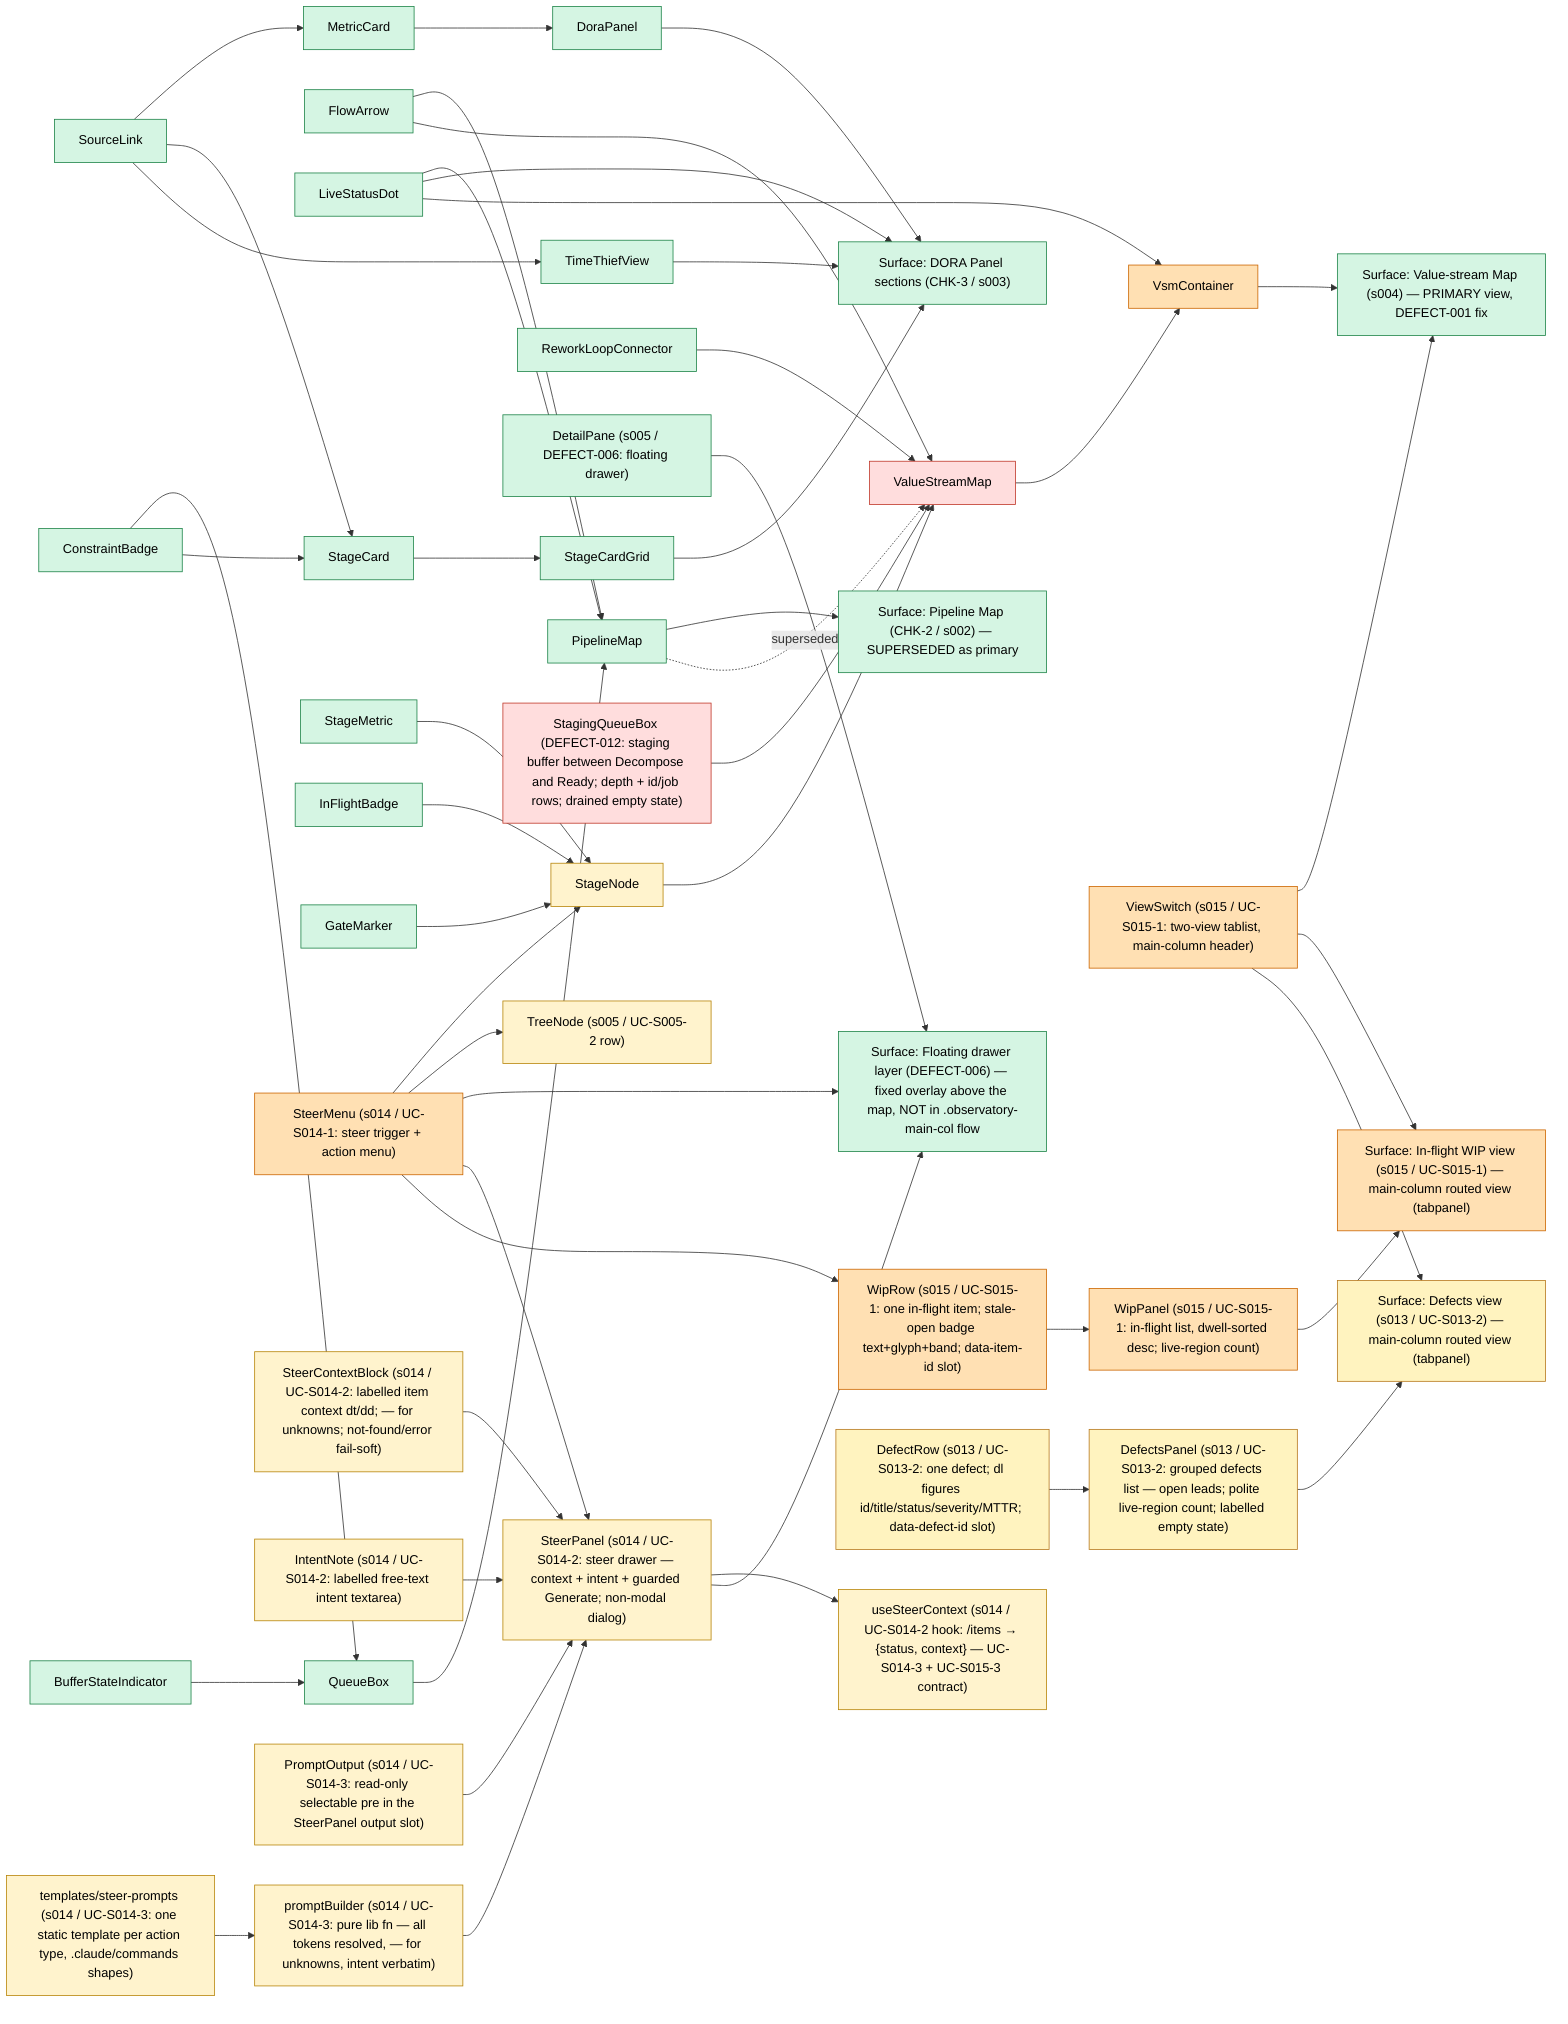
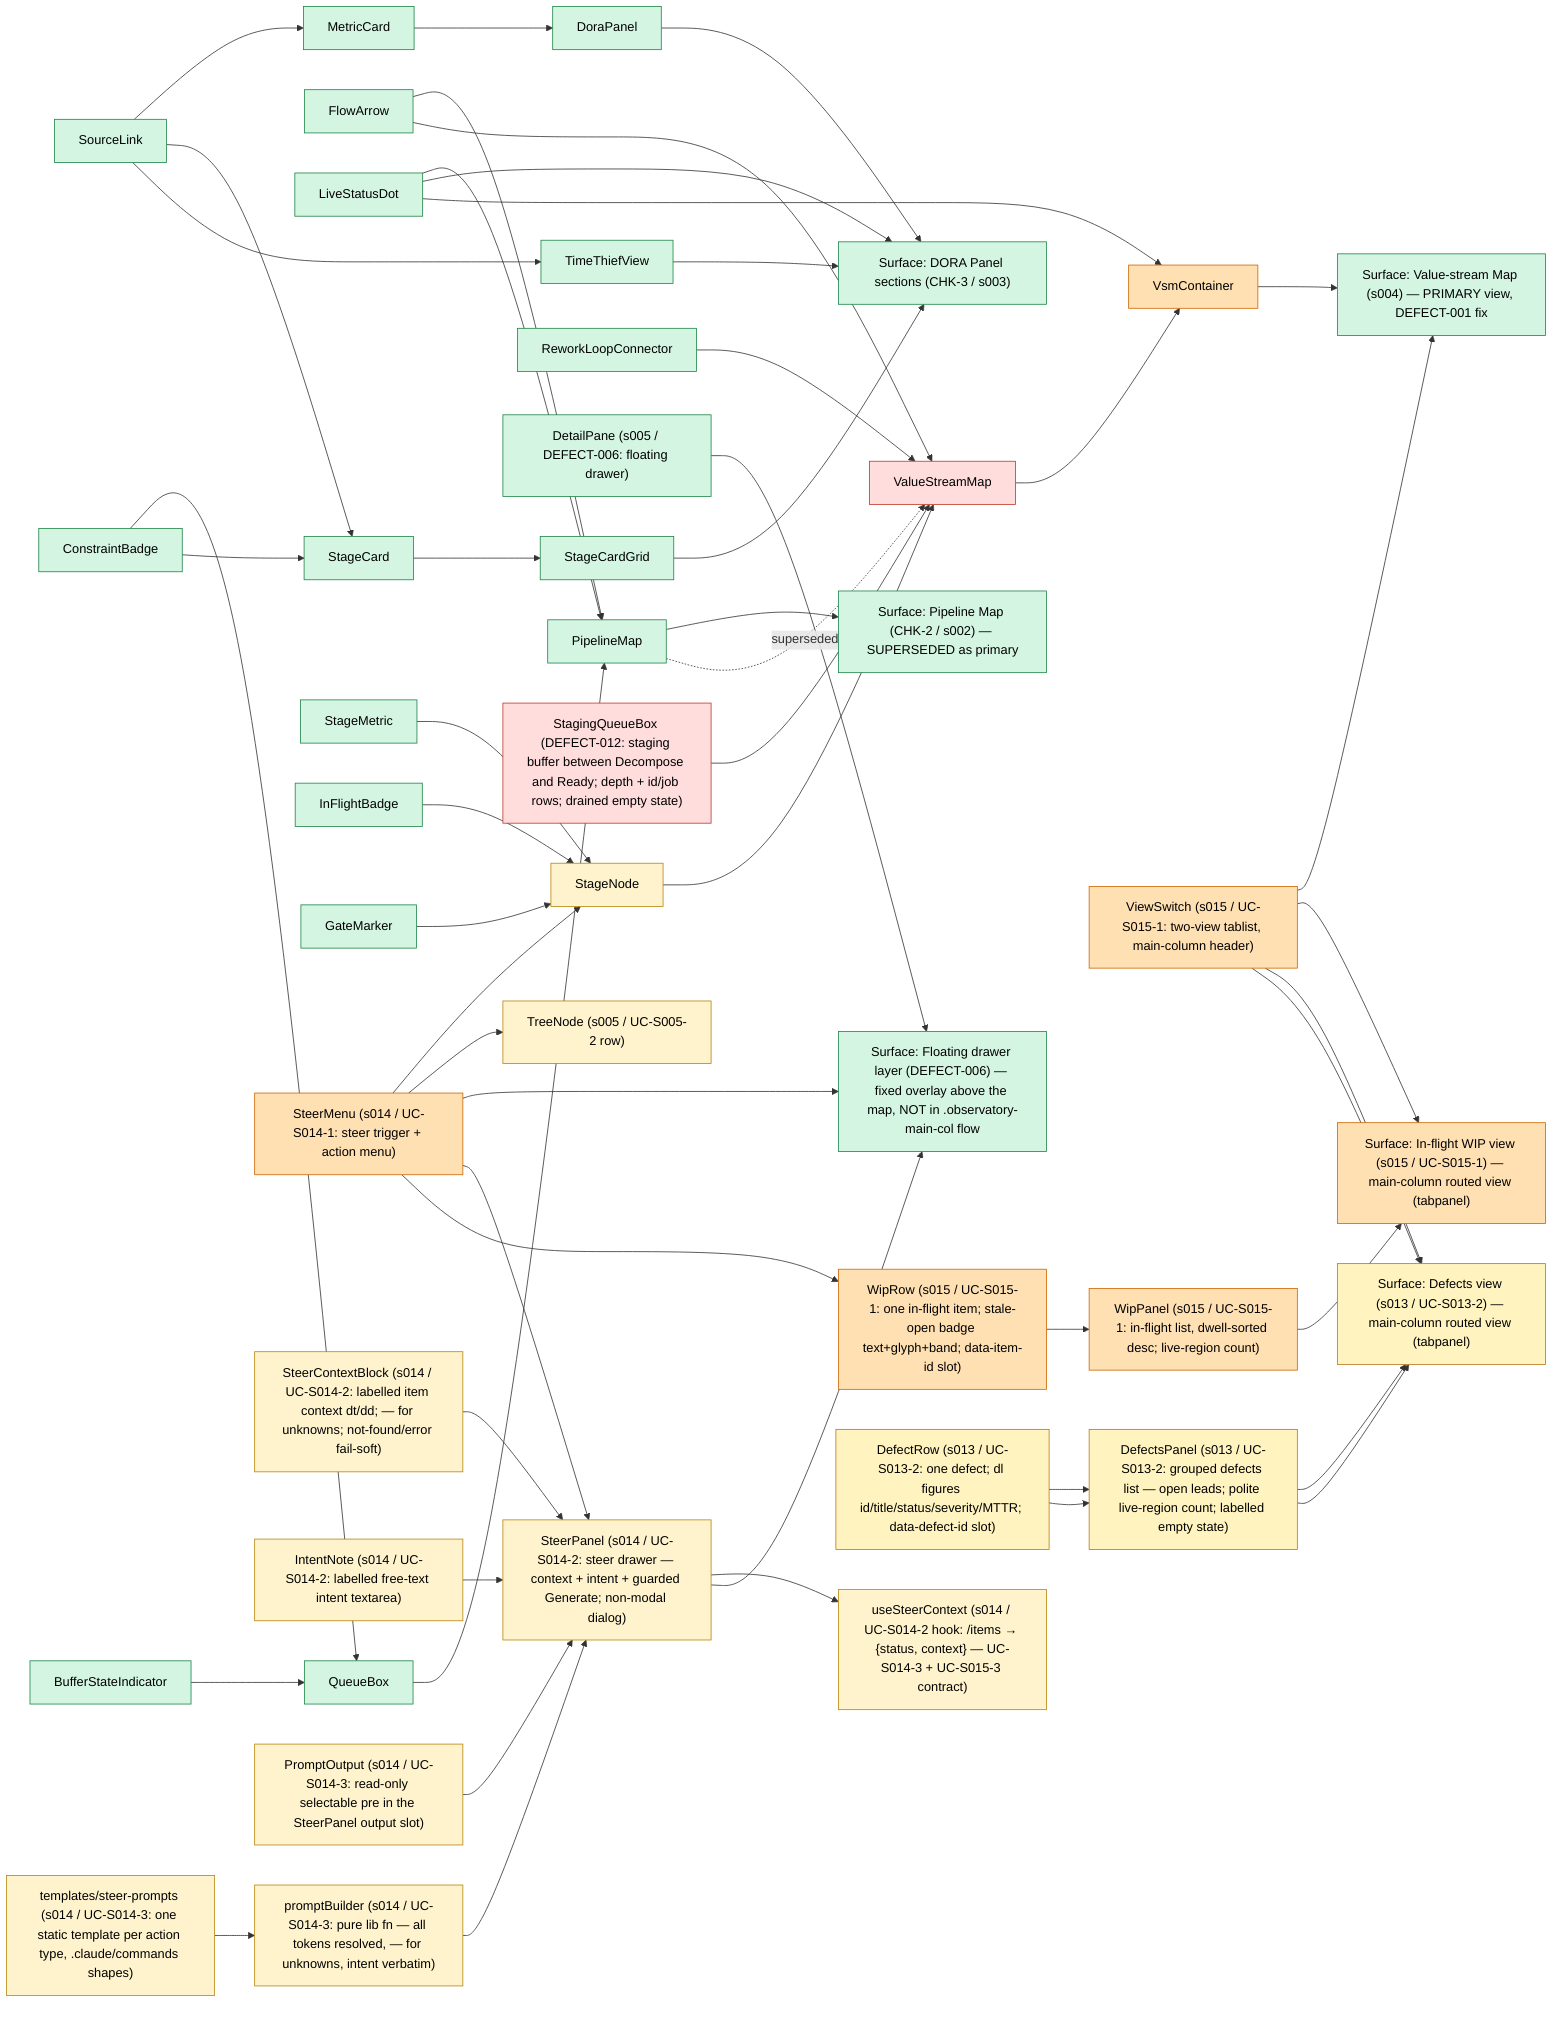
%% Observatory UI change-impact model — design-system components -> surfaces that use them.
%% Owner: ui-designer. Edges = "used by". Nodes/edges added or re-pointed in a commit
%% are marked `class ... changed` in the SAME commit; the tester consumes the marks
%% as the UI test-plan input, then they are cleared at slice delivery.
%% Seeded: s002-pipeline-map (CHK-2) — DELIVERED 2026-06-09T02:22:00Z; all nodes stable.
graph LR
  %% --- surfaces ---
  PipelineMapScreen["Surface: Pipeline Map (CHK-2 / s002) — SUPERSEDED as primary"]
  DoraPanelScreen["Surface: DORA Panel sections (CHK-3 / s003)"]
  ValueStreamScreen["Surface: Value-stream Map (s004) — PRIMARY view, DEFECT-001 fix"]
  ObservatoryDrawerLayer["Surface: Floating drawer layer (DEFECT-006) — fixed overlay above the map, NOT in .observatory-main-col flow"]

  %% --- design-system components ---
  PipelineMap["PipelineMap"]
  QueueBox["QueueBox"]
  BufferStateIndicator["BufferStateIndicator"]
  ConstraintBadge["ConstraintBadge"]
  FlowArrow["FlowArrow"]
  LiveStatusDot["LiveStatusDot"]
  DoraPanel["DoraPanel"]
  MetricCard["MetricCard"]
  StageCardGrid["StageCardGrid"]
  StageCard["StageCard"]
  TimeThiefView["TimeThiefView"]
  SourceLink["SourceLink"]
  %% s004 value-stream components (DEFECT-001 fix) — mounted as the PRIMARY view
  VsmContainer["VsmContainer"]
  ValueStreamMap["ValueStreamMap"]
  StageNode["StageNode"]
  StageMetric["StageMetric"]
  InFlightBadge["InFlightBadge"]
  GateMarker["GateMarker"]
  ReworkLoopConnector["ReworkLoopConnector"]

  %% --- used-by edges ---
  PipelineMap --> PipelineMapScreen
  QueueBox --> PipelineMap
  BufferStateIndicator --> QueueBox
  ConstraintBadge --> QueueBox
  FlowArrow --> PipelineMap
  LiveStatusDot --> PipelineMap
  %% CHK-3 (s003) used-by edges
  DoraPanel --> DoraPanelScreen
  StageCardGrid --> DoraPanelScreen
  TimeThiefView --> DoraPanelScreen
  MetricCard --> DoraPanel
  StageCard --> StageCardGrid
  ConstraintBadge --> StageCard
  SourceLink --> MetricCard
  SourceLink --> StageCard
  SourceLink --> TimeThiefView
  LiveStatusDot --> DoraPanelScreen
  %% s004 (DEFECT-001) used-by edges — the value-stream map becomes the primary surface.
  %% Runtime routing path: main.jsx mounts VsmContainer (NOT MapContainer) → ValueStreamMap.
  VsmContainer --> ValueStreamScreen
  ValueStreamMap --> VsmContainer
  StageNode --> ValueStreamMap
  StageMetric --> StageNode
  InFlightBadge --> StageNode
  GateMarker --> StageNode
  ReworkLoopConnector --> ValueStreamMap
  FlowArrow --> ValueStreamMap
  LiveStatusDot --> VsmContainer
  %% supersession: PipelineMap is no longer mounted as the primary view (still in tree, tested).
  PipelineMap -. superseded-by .-> ValueStreamMap

  %% DEFECT-006: DetailPane RE-POINTED — was an in-flow sibling of ValueStreamMap inside
  %% .observatory-main-col (reflowed the map); now a position:fixed floating drawer on its
  %% own overlay layer. The re-point is the regression-guard input for the tester (GEO-S005-3b).
  DetailPane["DetailPane (s005 / DEFECT-006: floating drawer)"]
  DetailPane --> ObservatoryDrawerLayer

  %% s014 / UC-S014-1: SteerMenu (NEW) — per-item steer trigger + body-portalled
  %% role=menu popover (4 action types). Composed READ-ONLY into the queue chips
  %% (StageNode) and the tree rows (TreeNode); onSteer(itemId, actionType) prop
  %% slot threads VsmContainer→ValueStreamMap→StageNode and WorkItemTree→TreeNode
  %% (no host logic change). The popover renders on the fixed-overlay layer
  %% (DEFECT-006 discipline) — zero flow height, own stacking context.
  %% NOTE for tester: trigger carries data-steer-item-id (NOT data-item-id — that
  %% stays the treeitem's unique selector); MetricSource reveal panels are now
  %% pointer-events:none so they cannot intercept clicks on the chips' triggers.
  TreeNode["TreeNode (s005 / UC-S005-2 row)"]
  SteerMenu["SteerMenu (s014 / UC-S014-1: steer trigger + action menu)"]
  SteerMenu --> StageNode
  SteerMenu --> TreeNode
  SteerMenu --> ObservatoryDrawerLayer

  %% s014 / UC-S014-2: SteerPanel (NEW) — the right-anchored NON-MODAL steer
  %% drawer the SteerMenu opens (DetailPane drawer IDIOM, not the component):
  %% position:fixed + portalled to document.body, z = --z-drawer + 1 (topmost
  %% over a co-open DetailPane). Regions: header → SteerContextBlock (labelled
  %% dt/dd context, data-source anchor) → IntentNote textarea → guarded
  %% "Generate prompt" (aria-disabled until ≥1 char) → UC-S014-3 output SLOT.
  %% Data: useSteerContext(itemId) fetches the EXISTING /items endpoint
  %% (READ-ONLY; no new route) → {status, context} — the contract UC-S014-3
  %% (promptBuilder) and UC-S015-3 (ReslicePreviewPanel) consume verbatim.
  %% RUNTIME ROUTING for the tester: ObservatoryView now OWNS the steer gesture
  %% — onSteer threads ObservatoryView→WorkItemTreeContainer→WorkItemTree→
  %% TreeNode→SteerMenu AND ObservatoryView→VsmContainer→ValueStreamMap→
  %% StageNode→SteerMenu (UC-S014-1's stub destination is now real); selection
  %% mounts SteerPanelContainer as a layout sibling (body-portalled overlay).
  %% Esc/×/Cancel close → focus RETURNS to the opening steer trigger.
  SteerPanel["SteerPanel (s014 / UC-S014-2: steer drawer — context + intent + guarded Generate; non-modal dialog)"]
  SteerContextBlock["SteerContextBlock (s014 / UC-S014-2: labelled item context dt/dd; — for unknowns; not-found/error fail-soft)"]
  IntentNote["IntentNote (s014 / UC-S014-2: labelled free-text intent textarea)"]
  UseSteerContext["useSteerContext (s014 / UC-S014-2 hook: /items → {status, context} — UC-S014-3 + UC-S015-3 contract)"]
  SteerMenu --> SteerPanel
  SteerPanel --> UseSteerContext
  SteerContextBlock --> SteerPanel
  IntentNote --> SteerPanel
  SteerPanel --> ObservatoryDrawerLayer

  %% s014 / UC-S014-3 THIS commit: promptBuilder (NEW) — PURE lib fn (steer
  %% action type + SteerContext + intent note → filled slash-command prompt;
  %% client-side only, NO server call on Generate). Templates are STATIC
  %% strings, one per action type, shapes matching the committed
  %% .claude/commands (/defect's four REAL fields expected/actual/intent/
  %% importance; /intake priority update; /slice-next re-slice; freeform
  %% custom). RUNTIME ROUTING for the tester: SteerPanelContainer (NOT
  %% ObservatoryView — untouched this UC) owns generation — panel onGenerate →
  %% buildPrompt → `prompt` prop → PromptOutput <pre> rendered INSIDE the
  %% UC-S014-2 reserved slot (prompt-output-slot). Output is SELECTABLE text
  %% (user-select: text); prompt carries item id WITH job sentence + operator
  %% intent VERBATIM, never raw row refs (no sourceRef path / row:N). Copy
  %% button/toast + SSE refresh are UC-S014-4 — pinned ABSENT by
  %% SteerPanelPrompt.test.jsx.
  PromptBuilder["promptBuilder (s014 / UC-S014-3: pure lib fn — all tokens resolved, — for unknowns, intent verbatim)"]
  SteerPromptTemplates["templates/steer-prompts (s014 / UC-S014-3: one static template per action type, .claude/commands shapes)"]
  PromptOutput["PromptOutput (s014 / UC-S014-3: read-only selectable pre in the SteerPanel output slot)"]
  PromptBuilder --> SteerPanel
  SteerPromptTemplates --> PromptBuilder
  PromptOutput --> SteerPanel

  %% s015 / UC-S015-1: WIP navigation panel — ROUTED VIEW (EXP-016). ObservatoryView's
  %% main column gains a ViewSwitch tablist ("Pipeline" | "In-flight WIP") that swaps
  %% the column content between VsmContainer (default) and WipPanel. The two surfaces
  %% NEVER co-exist (inactive tabpanel is hidden AND empty → genuinely unmounted), so
  %% there is no overlay-reflow failure mode by construction (GEO-S015-1).
  %% RUNTIME ROUTING CHANGE for the tester: VsmContainer is now mounted CONDITIONALLY
  %% inside the pipeline tabpanel (was: unconditionally in .observatory-main-col) —
  %% GEO-S015-1 pins that switch-away-and-back restores a byte-identical VSM bbox.
  %% WipRow carries data-item-id — the composition slot UC-S015-2's SteerMenu reads.
  WipViewScreen["Surface: In-flight WIP view (s015 / UC-S015-1) — main-column routed view (tabpanel)"]
  ViewSwitch["ViewSwitch (s015 / UC-S015-1: two-view tablist, main-column header)"]
  WipPanel["WipPanel (s015 / UC-S015-1: in-flight list, dwell-sorted desc; live-region count)"]
  WipRow["WipRow (s015 / UC-S015-1: one in-flight item; stale-open badge text+glyph+band; data-item-id slot)"]
  ViewSwitch --> ValueStreamScreen
  ViewSwitch --> WipViewScreen
  WipPanel --> WipViewScreen
  WipRow --> WipPanel

  %% s015 / UC-S015-2 THIS commit: SteerMenu composed READ-ONLY into WipRow as the
  %% trailing row element (the TreeNode/StageNode idiom; trigger rides
  %% data-steer-item-id, the row keeps data-item-id unique). RUNTIME ROUTING for
  %% the tester: onSteer threads ObservatoryView→WipPanelContainer→WipPanel→
  %% WipRow→SteerMenu; ALL FOUR actions (incl. re-slice — explicit no-dead-end,
  %% interim until UC-S015-3 re-points that one branch) open the EXISTING
  %% SteerPanel with the item pre-loaded; close returns focus to the WIP-row trigger.
  SteerMenu --> WipRow

  %% DEFECT-012: StagingQueueBox (NEW) — the staging buffer ("decomposed,
  %% awaiting triage") rendered INSIDE ValueStreamMap's queue lane BETWEEN the
  %% Decompose and Ready stage nodes, wrapped with two MiniArrows in the
  %% .staging-handoff flex item (replaces the old decompose→ready FlowArrow).
  %% Data: VsmContainer loads GET /queues/staging (getStagingQueue) and passes
  %% the {queue,depth,rows} envelope down; re-fetches on a staging.csv SSE frame.
  %% NOTE for tester: box is NOT focusable (A11Y-3 tab walk unchanged); testid
  %% staging-buffer (NOT stage-*); depth 0 renders an explicit drained state.
  StagingQueueBox["StagingQueueBox (DEFECT-012: staging buffer between Decompose and Ready; depth + id/job rows; drained empty state)"]
  StagingQueueBox --> ValueStreamMap
+ 
+   %% s013 / UC-S013-2: Defects view — THIRD ROUTED VIEW in the main column.
+   %% ViewSwitch (s015, EXTENDED — no fork: the TABS table grew to three; the
+   %% active/onSelect contract is unchanged) now fans out to THREE view screens.
+   %% DefectsPanel lists the /defects records grouped CONFIRMED-first then CLOSED
+   %% (grouping/sort in useDefects — the panel is pure render); same hidden-AND-
+   %% empty tabpanel discipline as the WIP view (GEO-S013-2-1: lossless switch).
+   %% NOTE for tester: DefectRow carries data-defect-id (NOT data-item-id — that
+   %% stays the tree/WIP unique contract) — the slot UC-S013-3's drill composes
+   %% against. Open row cue = "OPEN" text + ⚠ glyph + --c-state-over band (never
+   %% colour alone); ledger-only null severity renders "—"; open MTTR renders
+   %% "open", never "0". Heading focus is a LAYOUT effect (sha 0c2b49c idiom —
+   %% deterministic on mount, never racing a re-render).
+   DefectsViewScreen["Surface: Defects view (s013 / UC-S013-2) — main-column routed view (tabpanel)"]
+   DefectsPanel["DefectsPanel (s013 / UC-S013-2: grouped defects list — open leads; polite live-region count; labelled empty state)"]
+   DefectRow["DefectRow (s013 / UC-S013-2: one defect; dl figures id/title/status/severity/MTTR; data-defect-id slot)"]
+   ViewSwitch --> DefectsViewScreen
+   DefectsPanel --> DefectsViewScreen
+   DefectRow --> DefectsPanel

  %% s013 / UC-S013-2: Defects view — THIRD ROUTED VIEW in the main column.
  %% ViewSwitch (s015, EXTENDED — no fork: the TABS table grew to three; the
  %% active/onSelect contract is unchanged) now fans out to THREE view screens.
  %% DefectsPanel lists the /defects records grouped CONFIRMED-first then CLOSED
  %% (grouping/sort in useDefects — the panel is pure render); same hidden-AND-
  %% empty tabpanel discipline as the WIP view (GEO-S013-2-1: lossless switch).
  %% NOTE for tester: DefectRow carries data-defect-id (NOT data-item-id — that
  %% stays the tree/WIP unique contract) — the slot UC-S013-3's drill composes
  %% against. Open row cue = "OPEN" text + ⚠ glyph + --c-state-over band (never
  %% colour alone); ledger-only null severity renders "—"; open MTTR renders
  %% "open", never "0". Heading focus is a LAYOUT effect (sha 0c2b49c idiom —
  %% deterministic on mount, never racing a re-render).
  DefectsViewScreen["Surface: Defects view (s013 / UC-S013-2) — main-column routed view (tabpanel)"]
  DefectsPanel["DefectsPanel (s013 / UC-S013-2: grouped defects list — open leads; polite live-region count; labelled empty state)"]
  DefectRow["DefectRow (s013 / UC-S013-2: one defect; dl figures id/title/status/severity/MTTR; data-defect-id slot)"]
  ViewSwitch --> DefectsViewScreen
  DefectsPanel --> DefectsViewScreen
  DefectRow --> DefectsPanel

  classDef delivered fill:#d5f5e3,stroke:#1e8449,color:#000;
  %% CHK-3 (s003) DROPPED — scope absorbed into CHK-2 restated done-condition (s004 delivered).
  %% s004 DELIVERED 2026-06-10T11:00:00Z — CHK-2 done-condition MET.
  %% DEFECT-006 FIXED — DetailPane floating-drawer re-point delivered as part of s005 (CHK-4 done 2026-06-10T19:00:00Z).
  %% All of the above: s003-changed, s004changed, defect006changed marks cleared at their delivery.
  %% (ValueStreamMap moved to def012changed below — DEFECT-012 queue-lane re-route.)
  class PipelineMapScreen,PipelineMap,QueueBox,BufferStateIndicator,ConstraintBadge,FlowArrow,LiveStatusDot,DoraPanelScreen,DoraPanel,MetricCard,StageCardGrid,StageCard,TimeThiefView,SourceLink,ValueStreamScreen,VsmContainer,StageMetric,InFlightBadge,GateMarker,ReworkLoopConnector,DetailPane,ObservatoryDrawerLayer delivered;
  %% s014 still in-flight: UC-S014-1+2 done but UC-S014-3/4 planned; SteerMenu+StageNode+TreeNode
  %% remain in blast radius for the remaining s014 UCs (prompt builder, clipboard/SSE).
  %% UC-S014-2 THIS commit: SteerPanel/SteerContextBlock/IntentNote/useSteerContext added;
  %% SteerMenu→SteerPanel edge made real (onSteer now opens the panel — ObservatoryView +
  %% WorkItemTreeContainer carry the pass-through). Tester UI test-plan input.
  %% Convention: s014changed cleared only at full s014 slice delivery after tester final sign-off.
  classDef s014changed fill:#fff3cd,stroke:#b8860b,color:#000;
  %% UC-S014-3 THIS commit: PromptBuilder/SteerPromptTemplates/PromptOutput added;
  %% SteerPanel + its container gained the prompt prop + generation wiring
  %% (ObservatoryView untouched). Tester UI test-plan input.
  class SteerMenu,TreeNode,StageNode,SteerPanel,SteerContextBlock,IntentNote,UseSteerContext,PromptBuilder,SteerPromptTemplates,PromptOutput s014changed;
  %% s015 / UC-S015-1 nodes added + VsmContainer re-pointed (conditional
  %% mount inside the pipeline tabpanel); UC-S015-2 adds the SteerMenu --> WipRow
  %% edge (trailing steer composition; SteerMenu joins the s015 blast radius —
  %% it keeps its s014changed mark, s014 still in flight, but the WipRow hosting
  %% edge is s015's). Tester UI test-plan input; cleared at s015 delivery after
  %% the tester consumes.
  classDef s015changed fill:#ffe0b3,stroke:#cc6600,color:#000;
  class WipViewScreen,ViewSwitch,WipPanel,WipRow,VsmContainer,SteerMenu s015changed;
  %% DEFECT-012 — StagingQueueBox added + ValueStreamMap queue lane re-routed
  %% (decompose→staging→ready connectors); cleared at delivery after the tester consumes.
  classDef def012changed fill:#fdd,stroke:#c0392b,color:#000;
  class StagingQueueBox,ValueStreamMap def012changed;
  %% s013 / UC-S013-2 — DefectsViewScreen/DefectsPanel/DefectRow added THIS commit;
  %% ViewSwitch EXTENDED to three tabs in the same commit (it keeps its s015changed
  %% mark — s015 is still in flight — but it IS in the s013 blast radius too: the
  %% ViewSwitch --> DefectsViewScreen edge above is s013's). Tester UI test-plan
  %% input; cleared at s013 delivery after the tester consumes.
  classDef s013changed fill:#fff3bf,stroke:#b7791f,color:#000;
  class DefectsViewScreen,DefectsPanel,DefectRow s013changed;
+   %% s013 / UC-S013-2 — DefectsViewScreen/DefectsPanel/DefectRow added THIS commit;
+   %% ViewSwitch EXTENDED to three tabs in the same commit (it keeps its s015changed
+   %% mark — s015 is still in flight — but it IS in the s013 blast radius too: the
+   %% ViewSwitch --> DefectsViewScreen edge above is s013's). Tester UI test-plan
+   %% input; cleared at s013 delivery after the tester consumes.
+   classDef s013changed fill:#fff3bf,stroke:#b7791f,color:#000;
+   class DefectsViewScreen,DefectsPanel,DefectRow s013changed;
